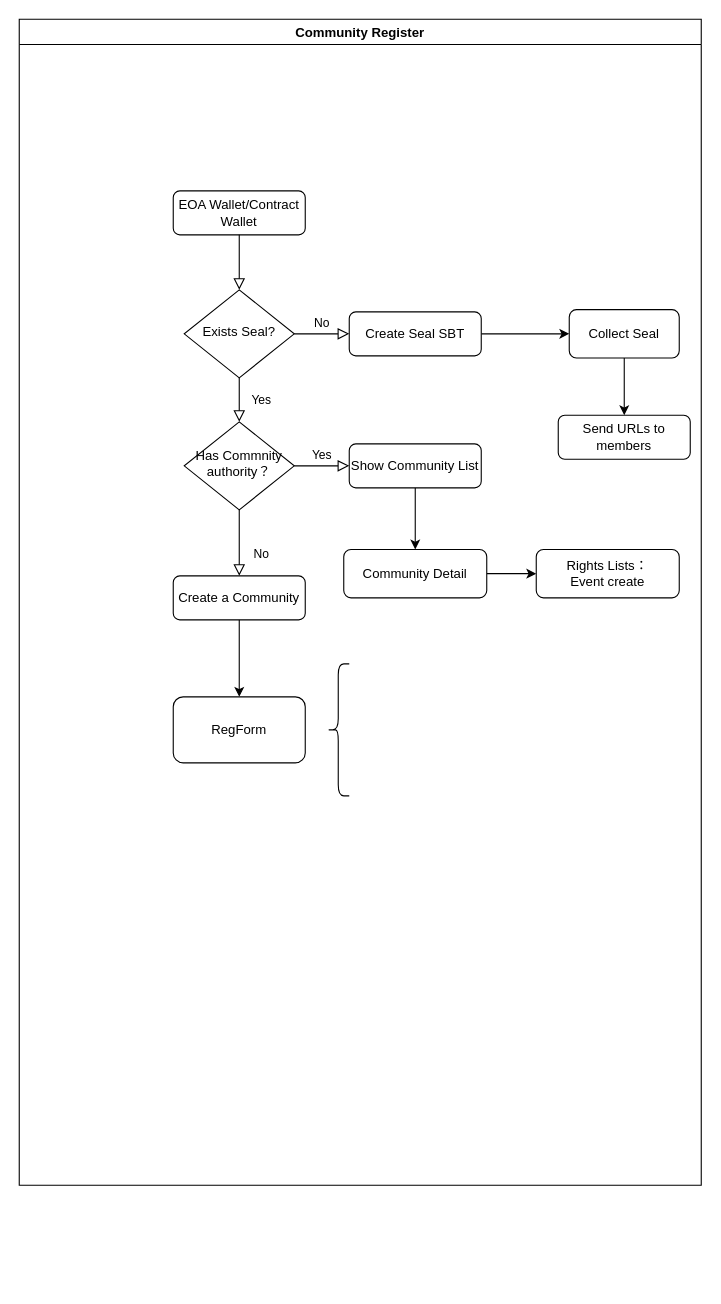
Before: docs/未命名绘图.drawio in PlanckerLabs/CSBS, a draw.io diagram. Source tidied: cells renumbered, new cells numbered last; positions are measured from the earlier drawing's top-left corner, leaving out a move shared by most shapes. Both pictures are drawn from the tidied source at 110%, with x=0, y=0 at pixel (19, 19).
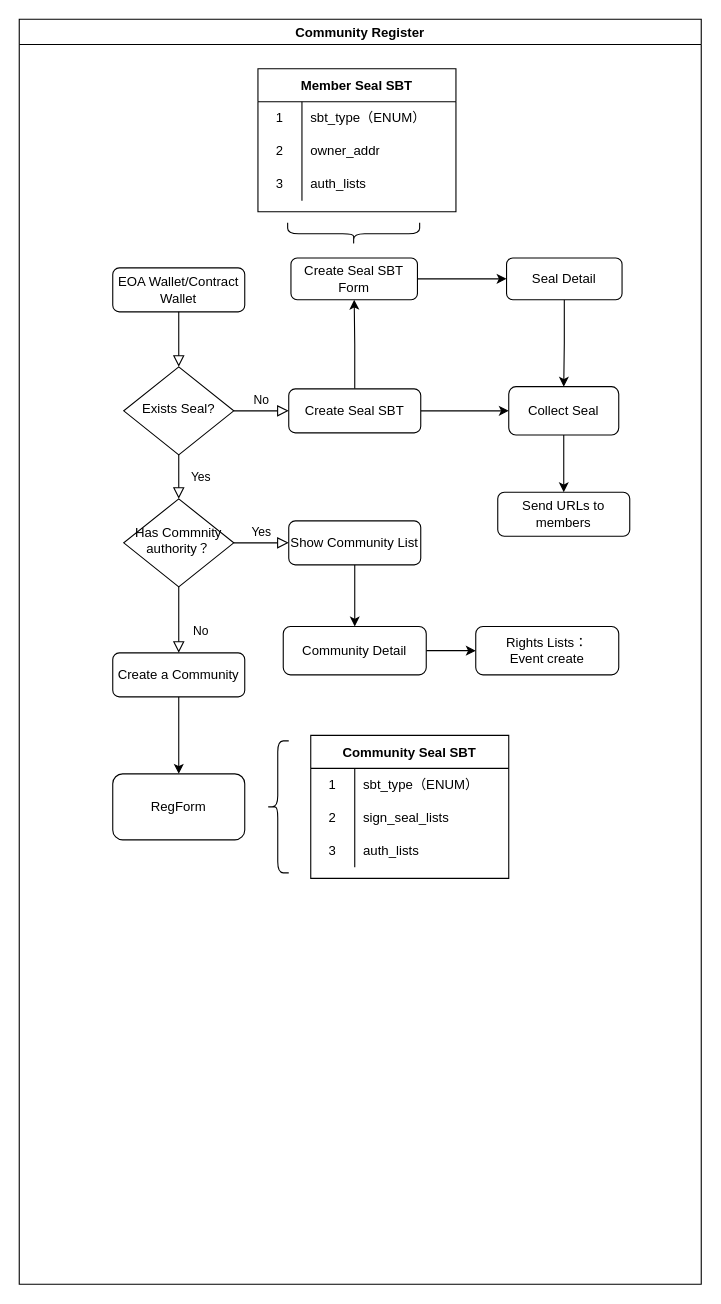
After the change.

Commit message (it also covers changes not shown here):
更新未命名绘图.drawio

Diff of the diagram source:
```diff
@@
     <mxCell id="2" value="Community Register" style="swimlane;" parent="1" vertex="1">
-      <mxGeometry width="620" height="1060" as="geometry" />
+      <mxGeometry width="620" height="1150" as="geometry" />
     </mxCell>
     <mxCell id="3" value="EOA Wallet/Contract Wallet" style="rounded=1;whiteSpace=wrap;html=1;fontSize=12;glass=0;strokeWidth=1;shadow=0;" parent="2" vertex="1">
-      <mxGeometry x="140" y="156" width="120" height="40" as="geometry" />
+      <mxGeometry x="85" y="226" width="120" height="40" as="geometry" />
     </mxCell>
     <mxCell id="4" value="Exists Seal?" style="rhombus;whiteSpace=wrap;html=1;shadow=0;fontFamily=Helvetica;fontSize=12;align=center;strokeWidth=1;spacing=6;spacingTop=-4;" parent="2" vertex="1">
-      <mxGeometry x="150" y="246" width="100" height="80" as="geometry" />
+      <mxGeometry x="95" y="316" width="100" height="80" as="geometry" />
     </mxCell>
@@
+    <mxCell id="25" style="edgeStyle=orthogonalEdgeStyle;rounded=0;jettySize=auto;html=1;" parent="2" edge="1" source="7" target="27">
+      <mxGeometry relative="1" as="geometry" />
+    </mxCell>
     <mxCell id="7" value="Create Seal SBT" style="rounded=1;whiteSpace=wrap;html=1;fontSize=12;glass=0;strokeWidth=1;shadow=0;" parent="2" vertex="1">
-      <mxGeometry x="300" y="266" width="120" height="40" as="geometry" />
+      <mxGeometry x="245" y="336" width="120" height="40" as="geometry" />
     </mxCell>
@@
     <mxCell id="9" value="Has Commnity authority？" style="rhombus;whiteSpace=wrap;html=1;shadow=0;fontFamily=Helvetica;fontSize=12;align=center;strokeWidth=1;spacing=6;spacingTop=-4;" parent="2" vertex="1">
-      <mxGeometry x="150" y="366" width="100" height="80" as="geometry" />
+      <mxGeometry x="95" y="436" width="100" height="80" as="geometry" />
     </mxCell>
@@
     <mxCell id="12" value="Create a Community" style="rounded=1;whiteSpace=wrap;html=1;fontSize=12;glass=0;strokeWidth=1;shadow=0;" parent="2" vertex="1">
-      <mxGeometry x="140" y="506" width="120" height="40" as="geometry" />
+      <mxGeometry x="85" y="576" width="120" height="40" as="geometry" />
     </mxCell>
@@
     <mxCell id="15" value="Show Community List" style="rounded=1;whiteSpace=wrap;html=1;fontSize=12;glass=0;strokeWidth=1;shadow=0;" parent="2" vertex="1">
-      <mxGeometry x="300" y="386" width="120" height="40" as="geometry" />
+      <mxGeometry x="245" y="456" width="120" height="40" as="geometry" />
     </mxCell>
@@
     <mxCell id="18" value="Collect Seal" style="whiteSpace=wrap;html=1;rounded=1;glass=0;strokeWidth=1;shadow=0;" parent="2" vertex="1">
-      <mxGeometry x="500" y="264" width="100" height="44" as="geometry" />
+      <mxGeometry x="445" y="334" width="100" height="44" as="geometry" />
     </mxCell>
     <mxCell id="19" value="Send URLs to members" style="rounded=1;whiteSpace=wrap;html=1;fontSize=12;glass=0;strokeWidth=1;shadow=0;" parent="2" vertex="1">
-      <mxGeometry x="490" y="360" width="120" height="40" as="geometry" />
+      <mxGeometry x="435" y="430" width="120" height="40" as="geometry" />
     </mxCell>
@@
     <mxCell id="21" value="Community Detail" style="whiteSpace=wrap;html=1;rounded=1;glass=0;strokeWidth=1;shadow=0;" parent="2" vertex="1">
-      <mxGeometry x="295" y="482" width="130" height="44" as="geometry" />
+      <mxGeometry x="240" y="552" width="130" height="44" as="geometry" />
     </mxCell>
     <mxCell id="22" value="Rights Lists：&lt;br&gt;Event create" style="whiteSpace=wrap;html=1;rounded=1;glass=0;strokeWidth=1;shadow=0;" parent="2" vertex="1">
-      <mxGeometry x="470" y="482" width="130" height="44" as="geometry" />
+      <mxGeometry x="415" y="552" width="130" height="44" as="geometry" />
     </mxCell>
     <mxCell id="23" value="RegForm" style="whiteSpace=wrap;html=1;rounded=1;glass=0;strokeWidth=1;shadow=0;" parent="2" vertex="1">
-      <mxGeometry x="140" y="616" width="120" height="60" as="geometry" />
+      <mxGeometry x="85" y="686" width="120" height="60" as="geometry" />
     </mxCell>
     <mxCell id="24" style="shape=curlyBracket;whiteSpace=wrap;html=1;rounded=1;" parent="2" vertex="1">
-      <mxGeometry x="280" y="586" width="20" height="120" as="geometry" />
+      <mxGeometry x="225" y="656" width="20" height="120" as="geometry" />
     </mxCell>
+    <mxCell id="26" style="edgeStyle=orthogonalEdgeStyle;rounded=0;jettySize=auto;html=1;" parent="2" edge="1" source="27" target="29">
+      <mxGeometry relative="1" as="geometry" />
+    </mxCell>
+    <mxCell id="27" value="Create Seal SBT Form" style="whiteSpace=wrap;html=1;rounded=1;glass=0;strokeWidth=1;shadow=0;" parent="2" vertex="1">
+      <mxGeometry x="247" y="217" width="115" height="38" as="geometry" />
+    </mxCell>
+    <mxCell id="28" style="edgeStyle=orthogonalEdgeStyle;rounded=0;jettySize=auto;html=1;" parent="2" edge="1" source="29" target="18">
+      <mxGeometry relative="1" as="geometry" />
+    </mxCell>
+    <mxCell id="29" value="Seal Detail" style="whiteSpace=wrap;html=1;rounded=1;glass=0;strokeWidth=1;shadow=0;" parent="2" vertex="1">
+      <mxGeometry x="443" y="217" width="105" height="38" as="geometry" />
+    </mxCell>
+    <mxCell id="30" style="shape=curlyBracket;whiteSpace=wrap;html=1;rounded=1;flipH=1;rotation=90;" parent="2" vertex="1">
+      <mxGeometry x="294" y="135" width="20" height="120" as="geometry" />
+    </mxCell>
+    <mxCell id="31" value="Member Seal SBT" style="shape=table;startSize=30;childLayout=tableLayout;rowLines=0;fontStyle=1;" parent="2" vertex="1">
+      <mxGeometry x="217" y="45" width="180" height="130" as="geometry" />
+    </mxCell>
+    <mxCell id="32" style="shape=tableRow;horizontal=0;startSize=0;swimlaneHead=0;swimlaneBody=0;top=0;left=0;bottom=0;right=0;fillColor=none;" parent="31" vertex="1">
+      <mxGeometry y="30" width="180" height="30" as="geometry" />
+    </mxCell>
+    <mxCell id="33" value="1" style="shape=partialRectangle;html=1;whiteSpace=wrap;fillColor=none;top=0;left=0;bottom=0;right=0;overflow=hidden;" parent="32" vertex="1">
+      <mxGeometry width="40" height="30" as="geometry" />
+    </mxCell>
+    <mxCell id="34" value="sbt_type（ENUM）" style="shape=partialRectangle;html=1;whiteSpace=wrap;fillColor=none;top=0;left=0;bottom=0;right=0;align=left;spacingLeft=6;overflow=hidden;" parent="32" vertex="1">
+      <mxGeometry x="40" width="140" height="30" as="geometry" />
+    </mxCell>
+    <mxCell id="35" style="shape=tableRow;horizontal=0;startSize=0;swimlaneHead=0;swimlaneBody=0;top=0;left=0;bottom=0;right=0;fillColor=none;" parent="31" vertex="1">
+      <mxGeometry y="60" width="180" height="30" as="geometry" />
+    </mxCell>
+    <mxCell id="36" value="2" style="shape=partialRectangle;html=1;whiteSpace=wrap;fillColor=none;top=0;left=0;bottom=0;right=0;overflow=hidden;" parent="35" vertex="1">
+      <mxGeometry width="40" height="30" as="geometry" />
+    </mxCell>
+    <mxCell id="37" value="owner_addr" style="shape=partialRectangle;html=1;whiteSpace=wrap;fillColor=none;top=0;left=0;bottom=0;right=0;align=left;spacingLeft=6;overflow=hidden;" parent="35" vertex="1">
+      <mxGeometry x="40" width="140" height="30" as="geometry" />
+    </mxCell>
+    <mxCell id="38" style="shape=tableRow;horizontal=0;startSize=0;swimlaneHead=0;swimlaneBody=0;top=0;left=0;bottom=0;right=0;fillColor=none;" parent="31" vertex="1">
+      <mxGeometry y="90" width="180" height="30" as="geometry" />
+    </mxCell>
+    <mxCell id="39" value="3" style="shape=partialRectangle;html=1;whiteSpace=wrap;fillColor=none;top=0;left=0;bottom=0;right=0;overflow=hidden;" parent="38" vertex="1">
+      <mxGeometry width="40" height="30" as="geometry" />
+    </mxCell>
+    <mxCell id="40" value="auth_lists" style="shape=partialRectangle;html=1;whiteSpace=wrap;fillColor=none;top=0;left=0;bottom=0;right=0;align=left;spacingLeft=6;overflow=hidden;" parent="38" vertex="1">
+      <mxGeometry x="40" width="140" height="30" as="geometry" />
+    </mxCell>
+    <mxCell id="41" value="Community Seal SBT" style="shape=table;startSize=30;childLayout=tableLayout;rowLines=0;fontStyle=1;" parent="2" vertex="1">
+      <mxGeometry x="265" y="651" width="180" height="130" as="geometry" />
+    </mxCell>
+    <mxCell id="42" style="shape=tableRow;horizontal=0;startSize=0;swimlaneHead=0;swimlaneBody=0;top=0;left=0;bottom=0;right=0;fillColor=none;" parent="41" vertex="1">
+      <mxGeometry y="30" width="180" height="30" as="geometry" />
+    </mxCell>
+    <mxCell id="43" value="1" style="shape=partialRectangle;html=1;whiteSpace=wrap;fillColor=none;top=0;left=0;bottom=0;right=0;overflow=hidden;" parent="42" vertex="1">
+      <mxGeometry width="40" height="30" as="geometry" />
+    </mxCell>
+    <mxCell id="44" value="sbt_type（ENUM）" style="shape=partialRectangle;html=1;whiteSpace=wrap;fillColor=none;top=0;left=0;bottom=0;right=0;align=left;spacingLeft=6;overflow=hidden;" parent="42" vertex="1">
+      <mxGeometry x="40" width="140" height="30" as="geometry" />
+    </mxCell>
+    <mxCell id="45" style="shape=tableRow;horizontal=0;startSize=0;swimlaneHead=0;swimlaneBody=0;top=0;left=0;bottom=0;right=0;fillColor=none;" parent="41" vertex="1">
+      <mxGeometry y="60" width="180" height="30" as="geometry" />
+    </mxCell>
+    <mxCell id="46" value="2" style="shape=partialRectangle;html=1;whiteSpace=wrap;fillColor=none;top=0;left=0;bottom=0;right=0;overflow=hidden;" parent="45" vertex="1">
+      <mxGeometry width="40" height="30" as="geometry" />
+    </mxCell>
+    <mxCell id="47" value="sign_seal_lists" style="shape=partialRectangle;html=1;whiteSpace=wrap;fillColor=none;top=0;left=0;bottom=0;right=0;align=left;spacingLeft=6;overflow=hidden;" parent="45" vertex="1">
+      <mxGeometry x="40" width="140" height="30" as="geometry" />
+    </mxCell>
+    <mxCell id="48" style="shape=tableRow;horizontal=0;startSize=0;swimlaneHead=0;swimlaneBody=0;top=0;left=0;bottom=0;right=0;fillColor=none;" parent="41" vertex="1">
+      <mxGeometry y="90" width="180" height="30" as="geometry" />
+    </mxCell>
+    <mxCell id="49" value="3" style="shape=partialRectangle;html=1;whiteSpace=wrap;fillColor=none;top=0;left=0;bottom=0;right=0;overflow=hidden;" parent="48" vertex="1">
+      <mxGeometry width="40" height="30" as="geometry" />
+    </mxCell>
+    <mxCell id="50" value="auth_lists" style="shape=partialRectangle;html=1;whiteSpace=wrap;fillColor=none;top=0;left=0;bottom=0;right=0;align=left;spacingLeft=6;overflow=hidden;" parent="48" vertex="1">
+      <mxGeometry x="40" width="140" height="30" as="geometry" />
+    </mxCell>
```
